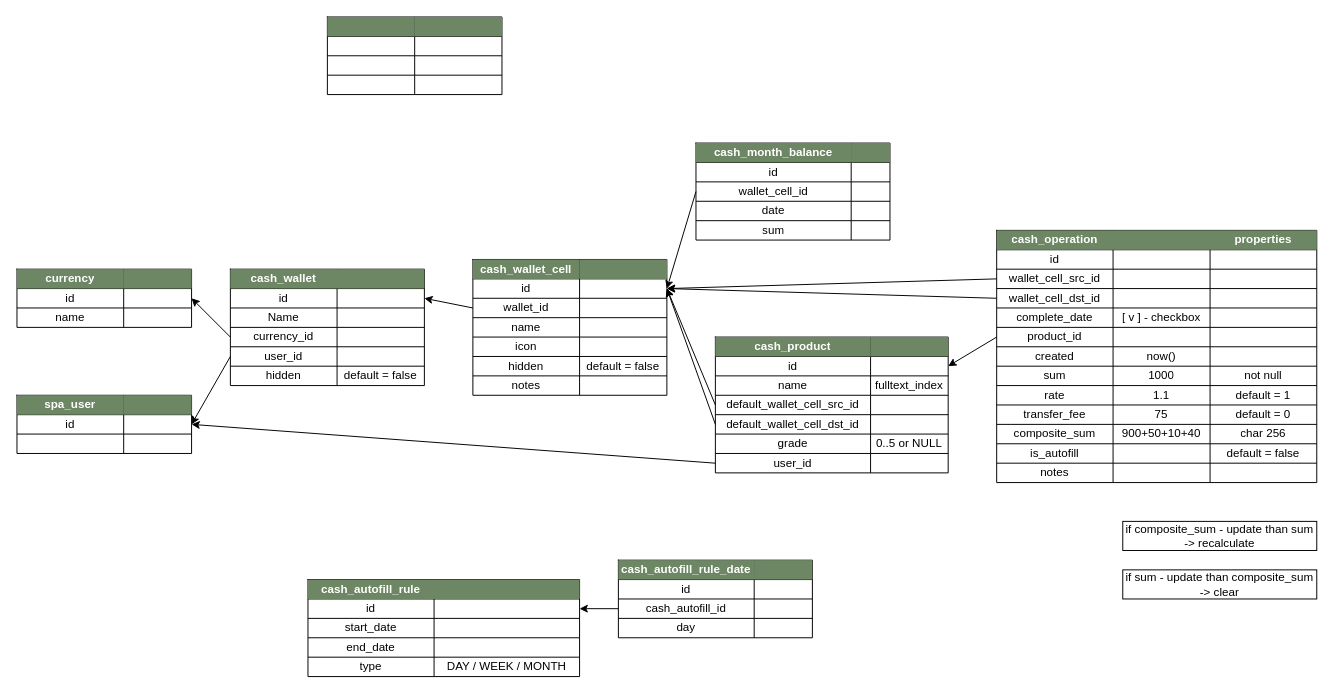
alwertus/spa-b keeps this draw.io diagram as SPA-structure.drawio. Above is the earlier version. Source tidied: cells renumbered, new cells numbered last; positions are measured from the earlier drawing's top-left corner, leaving out a move shared by most shapes. Both pictures are drawn from the tidied source at 97%, with x=0, y=0 at pixel (16, 16).
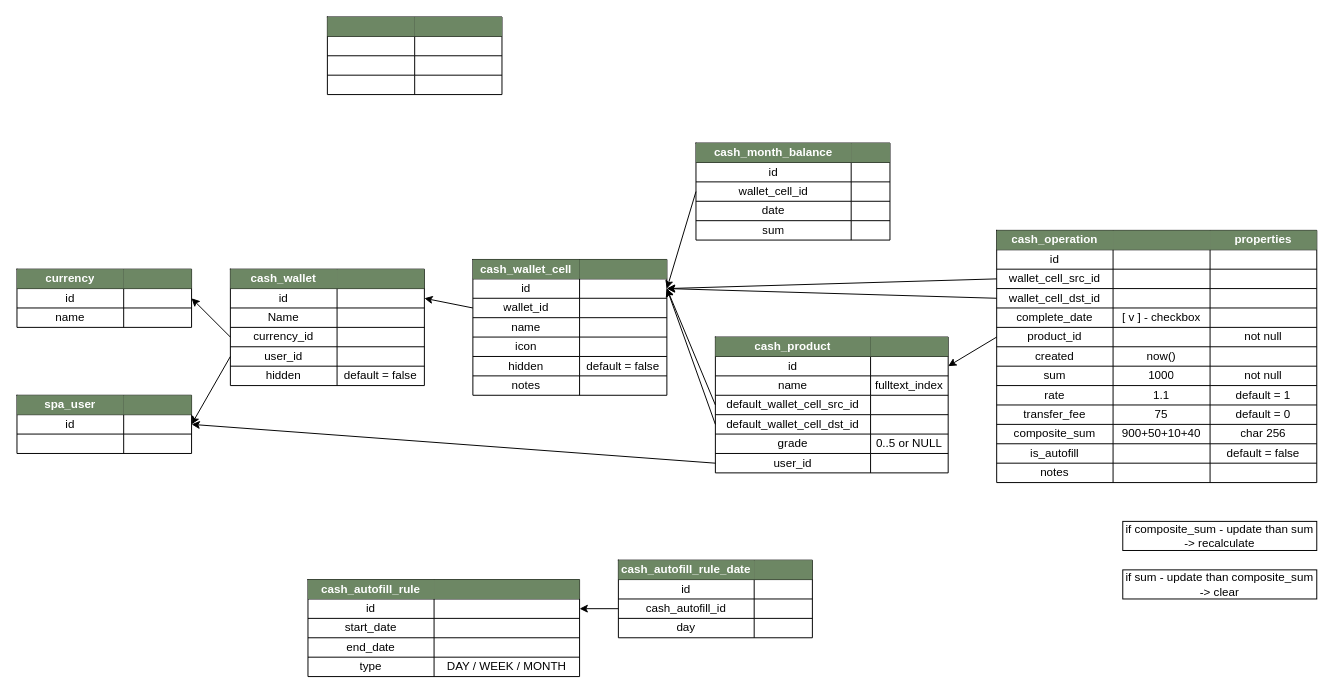
Above is the later version.

The change refers to these unchanged cells:
```xml
<mxCell id="55" style="shape=tableRow;horizontal=0;startSize=0;swimlaneHead=0;swimlaneBody=0;strokeColor=inherit;top=0;left=0;bottom=0;right=0;fillColor=none;points=[[0,0.5],[1,0.5]];portConstraint=eastwest;fontSize=16;" parent="34" vertex="1">
  <mxGeometry y="100" width="330" height="20" as="geometry" />
</mxCell>
```

Change to the diagram source:
```diff
@@
-    <mxCell id="58" style="shape=partialRectangle;html=1;whiteSpace=wrap;strokeColor=inherit;overflow=hidden;fillColor=none;top=0;left=0;bottom=0;right=0;fontSize=12;" parent="55" vertex="1">
+    <mxCell id="58" value="not null" style="shape=partialRectangle;html=1;whiteSpace=wrap;strokeColor=inherit;overflow=hidden;fillColor=none;top=0;left=0;bottom=0;right=0;fontSize=12;" parent="55" vertex="1">
       <mxGeometry x="220" width="110" height="20" as="geometry" />
     </mxCell>
```
